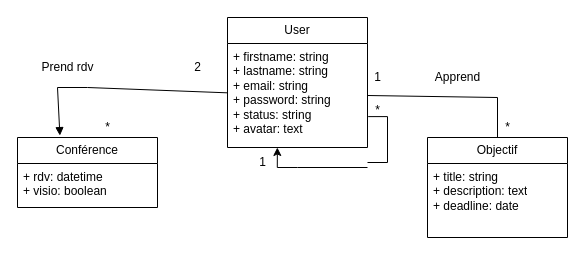
Before: p10drawio.drawio in LuDetling/Avenirs, a draw.io diagram. Source tidied: cells renumbered, new cells numbered last; positions are measured from the earlier drawing's top-left corner, leaving out a move shared by most shapes. Both pictures are drawn from the tidied source at 100%, with x=0, y=0 at pixel (17, 17).
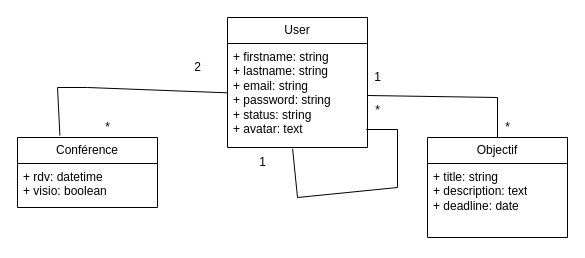
Above is the later version.

Unchanged cells that the change refers to:
```xml
<mxCell id="2" value="User" style="swimlane;fontStyle=0;horizontal=1;startSize=26;fillColor=none;whiteSpace=wrap;html=1;" parent="1" vertex="1">
  <mxGeometry x="210" width="140" height="130" as="geometry" />
</mxCell>
<mxCell id="3" value="+ firstname: string&lt;div&gt;+ lastname: string&lt;br&gt;&lt;/div&gt;&lt;div&gt;+ email: string&lt;/div&gt;&lt;div&gt;+ password: string&lt;br&gt;&lt;/div&gt;&lt;div&gt;+ status: string&lt;br&gt;&lt;/div&gt;&lt;div&gt;+ avatar: text&lt;/div&gt;" style="text;strokeColor=none;fillColor=none;align=left;verticalAlign=top;spacingLeft=4;spacingRight=4;overflow=hidden;points=[[0,0.5],[1,0.5]];portConstraint=eastwest;whiteSpace=wrap;html=1;" parent="2" vertex="1">
  <mxGeometry y="26" width="140" height="104" as="geometry" />
</mxCell>
<mxCell id="7" value="Conférence" style="swimlane;fontStyle=0;horizontal=1;startSize=26;fillColor=none;whiteSpace=wrap;html=1;" parent="1" vertex="1">
  <mxGeometry y="120" width="140" height="70" as="geometry" />
</mxCell>
```

Change to the diagram source:
```diff
@@
+    <mxCell id="21" style="endArrow=none;endFill=0;html=1;rounded=0;exitX=0.465;exitY=1.012;exitDx=0;exitDy=0;exitPerimeter=0;entryX=0.992;entryY=0.827;entryDx=0;entryDy=0;entryPerimeter=0;strokeColor=default;startArrow=none;startFill=0;strokeWidth=1;" parent="2" edge="1" source="3" target="3">
+      <mxGeometry relative="1" as="geometry">
+        <Array as="points">
+          <mxPoint x="70" y="180" />
+          <mxPoint x="170" y="170" />
+          <mxPoint x="170" y="112" />
+        </Array>
+      </mxGeometry>
+    </mxCell>
@@
-    <mxCell id="9" style="html=1;verticalAlign=bottom;endArrow=block;curved=0;rounded=0;entryX=0.303;entryY=-0.027;entryDx=0;entryDy=0;entryPerimeter=0;" parent="1" edge="1" source="3" target="7">
+    <mxCell id="9" style="html=1;verticalAlign=bottom;endArrow=none;curved=0;rounded=0;entryX=0.303;entryY=-0.027;entryDx=0;entryDy=0;entryPerimeter=0;endFill=0;" parent="1" edge="1" source="3" target="7">
       <mxGeometry relative="1" as="geometry">
         <Array as="points">
           <mxPoint x="70" y="70" />
           <mxPoint x="40" y="70" />
         </Array>
       </mxGeometry>
     </mxCell>
@@
-    <mxCell id="14" value="Prend rdv" style="text;html=1;align=center;verticalAlign=middle;strokeColor=none;fillColor=none;" parent="1" vertex="1">
-      <mxGeometry x="10" y="35" width="80" height="30" as="geometry" />
-    </mxCell>
-    <mxCell id="15" value="Apprend" style="text;html=1;align=center;verticalAlign=middle;strokeColor=none;fillColor=none;" parent="1" vertex="1">
-      <mxGeometry x="405" y="45" width="70" height="30" as="geometry" />
-    </mxCell>
-    <mxCell id="16" style="edgeStyle=orthogonalEdgeStyle;rounded=0;jettySize=auto;html=1;entryX=1.005;entryY=0.703;entryDx=0;entryDy=0;entryPerimeter=0;endArrow=none;endFill=0;" parent="1" edge="1" source="17" target="3">
-      <mxGeometry relative="1" as="geometry">
-        <Array as="points">
-          <mxPoint x="370" y="145" />
-          <mxPoint x="370" y="99" />
-        </Array>
-      </mxGeometry>
-    </mxCell>
-    <mxCell id="17" style="line;strokeWidth=1;fillColor=none;align=left;verticalAlign=middle;spacingTop=-1;spacingLeft=3;spacingRight=3;labelPosition=right;points=[];portConstraint=eastwest;strokeColor=inherit;" parent="1" vertex="1">
-      <mxGeometry x="280" y="130" width="70" height="40" as="geometry" />
-    </mxCell>
-    <mxCell id="18" style="edgeStyle=orthogonalEdgeStyle;rounded=0;jettySize=auto;html=1;entryX=0.356;entryY=1;entryDx=0;entryDy=0;entryPerimeter=0;" parent="1" edge="1" source="17" target="3">
-      <mxGeometry relative="1" as="geometry" />
-    </mxCell>
```
